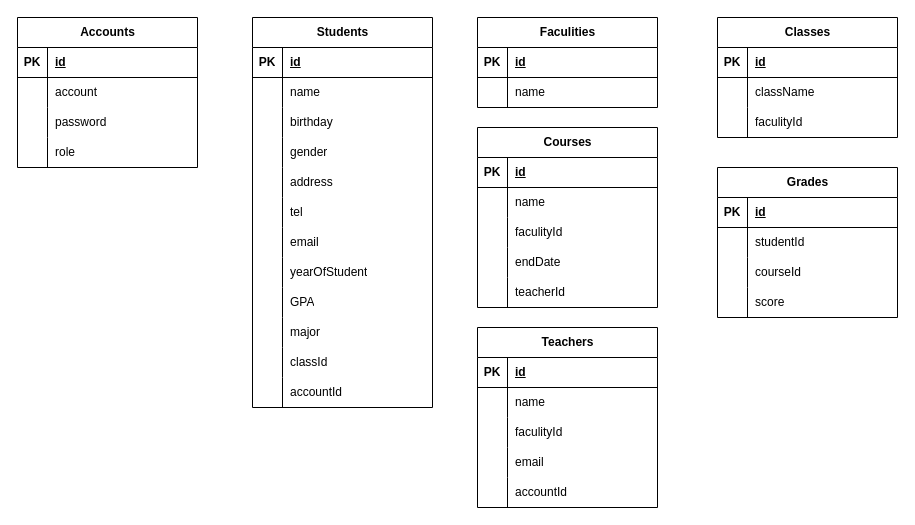
Earlier version of the draw.io diagram BaiTH4/database/DatabaseDiagram.drawio (9ian9/THLTM). Source tidied: cells renumbered, new cells numbered last; positions are measured from the earlier drawing's top-left corner, leaving out a move shared by most shapes. Both pictures are drawn from the tidied source at 100%, with x=0, y=0 at pixel (17, 17).
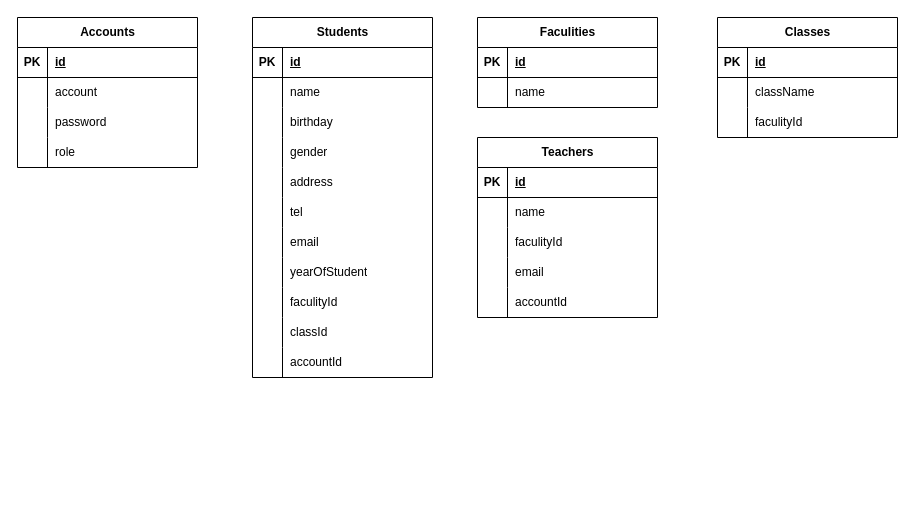
The same diagram, later.

Change to the diagram source:
```diff
@@
     <mxCell id="2" value="Students" style="shape=table;startSize=30;childLayout=tableLayout;rowLines=0;fontStyle=1;align=center;html=1;" parent="1" vertex="1">
-      <mxGeometry x="235" width="180" height="390" as="geometry" />
+      <mxGeometry x="235" width="180" height="360" as="geometry" />
     </mxCell>
@@
-    <mxCell id="27" style="shape=tableRow;horizontal=0;startSize=0;swimlaneHead=0;swimlaneBody=0;fillColor=none;top=0;left=0;right=0;bottom=0;" parent="2" vertex="1">
-      <mxGeometry y="270" width="180" height="30" as="geometry" />
-    </mxCell>
-    <mxCell id="28" style="shape=partialRectangle;fillColor=none;top=0;left=0;bottom=0;right=0;overflow=hidden;whiteSpace=wrap;html=1;" parent="27" vertex="1">
-      <mxGeometry width="30" height="30" as="geometry" />
-    </mxCell>
-    <mxCell id="29" value="GPA" style="shape=partialRectangle;fillColor=none;top=0;left=0;bottom=0;right=0;align=left;spacingLeft=6;overflow=hidden;whiteSpace=wrap;html=1;" parent="27" vertex="1">
-      <mxGeometry x="30" width="150" height="30" as="geometry" />
-    </mxCell>
     <mxCell id="30" style="shape=tableRow;horizontal=0;startSize=0;swimlaneHead=0;swimlaneBody=0;fillColor=none;top=0;left=0;right=0;bottom=0;" parent="2" vertex="1">
-      <mxGeometry y="300" width="180" height="30" as="geometry" />
+      <mxGeometry y="270" width="180" height="30" as="geometry" />
     </mxCell>
@@
-    <mxCell id="32" value="major" style="shape=partialRectangle;fillColor=none;top=0;left=0;bottom=0;right=0;align=left;spacingLeft=6;overflow=hidden;whiteSpace=wrap;html=1;" parent="30" vertex="1">
+    <mxCell id="32" value="faculityId" style="shape=partialRectangle;fillColor=none;top=0;left=0;bottom=0;right=0;align=left;spacingLeft=6;overflow=hidden;whiteSpace=wrap;html=1;" parent="30" vertex="1">
       <mxGeometry x="30" width="150" height="30" as="geometry" />
     </mxCell>
     <mxCell id="33" style="shape=tableRow;horizontal=0;startSize=0;swimlaneHead=0;swimlaneBody=0;fillColor=none;top=0;left=0;right=0;bottom=0;" parent="2" vertex="1">
-      <mxGeometry y="330" width="180" height="30" as="geometry" />
+      <mxGeometry y="300" width="180" height="30" as="geometry" />
     </mxCell>
@@
     <mxCell id="36" style="shape=tableRow;horizontal=0;startSize=0;swimlaneHead=0;swimlaneBody=0;fillColor=none;top=0;left=0;right=0;bottom=0;" parent="2" vertex="1">
-      <mxGeometry y="360" width="180" height="30" as="geometry" />
+      <mxGeometry y="330" width="180" height="30" as="geometry" />
     </mxCell>
@@
-    <mxCell id="56" value="Courses" style="shape=table;startSize=30;childLayout=tableLayout;rowLines=0;fontStyle=1;align=center;html=1;" parent="1" vertex="1">
-      <mxGeometry x="460" y="110" width="180" height="180" as="geometry" />
-    </mxCell>
-    <mxCell id="57" style="shape=tableRow;horizontal=0;startSize=0;swimlaneHead=0;swimlaneBody=0;fillColor=none;top=0;left=0;right=0;bottom=1;" parent="56" vertex="1">
-      <mxGeometry y="30" width="180" height="30" as="geometry" />
-    </mxCell>
-    <mxCell id="58" value="PK" style="shape=partialRectangle;fillColor=none;top=0;left=0;bottom=0;right=0;fontStyle=1;overflow=hidden;whiteSpace=wrap;html=1;" parent="57" vertex="1">
-      <mxGeometry width="30" height="30" as="geometry" />
-    </mxCell>
-    <mxCell id="59" value="id" style="shape=partialRectangle;fillColor=none;top=0;left=0;bottom=0;right=0;align=left;spacingLeft=6;fontStyle=5;overflow=hidden;whiteSpace=wrap;html=1;" parent="57" vertex="1">
-      <mxGeometry x="30" width="150" height="30" as="geometry" />
-    </mxCell>
-    <mxCell id="60" style="shape=tableRow;horizontal=0;startSize=0;swimlaneHead=0;swimlaneBody=0;fillColor=none;top=0;left=0;right=0;bottom=0;" parent="56" vertex="1">
-      <mxGeometry y="60" width="180" height="30" as="geometry" />
-    </mxCell>
-    <mxCell id="61" style="shape=partialRectangle;fillColor=none;top=0;left=0;bottom=0;right=0;overflow=hidden;whiteSpace=wrap;html=1;" parent="60" vertex="1">
-      <mxGeometry width="30" height="30" as="geometry" />
-    </mxCell>
-    <mxCell id="62" value="name" style="shape=partialRectangle;fillColor=none;top=0;left=0;bottom=0;right=0;align=left;spacingLeft=6;overflow=hidden;whiteSpace=wrap;html=1;" parent="60" vertex="1">
-      <mxGeometry x="30" width="150" height="30" as="geometry" />
-    </mxCell>
-    <mxCell id="63" style="shape=tableRow;horizontal=0;startSize=0;swimlaneHead=0;swimlaneBody=0;fillColor=none;top=0;left=0;right=0;bottom=0;" parent="56" vertex="1">
-      <mxGeometry y="90" width="180" height="30" as="geometry" />
-    </mxCell>
-    <mxCell id="64" style="shape=partialRectangle;fillColor=none;top=0;left=0;bottom=0;right=0;overflow=hidden;whiteSpace=wrap;html=1;" parent="63" vertex="1">
-      <mxGeometry width="30" height="30" as="geometry" />
-    </mxCell>
-    <mxCell id="65" value="faculityId" style="shape=partialRectangle;fillColor=none;top=0;left=0;bottom=0;right=0;align=left;spacingLeft=6;overflow=hidden;whiteSpace=wrap;html=1;" parent="63" vertex="1">
-      <mxGeometry x="30" width="150" height="30" as="geometry" />
-    </mxCell>
-    <mxCell id="66" style="shape=tableRow;horizontal=0;startSize=0;swimlaneHead=0;swimlaneBody=0;fillColor=none;top=0;left=0;right=0;bottom=0;" parent="56" vertex="1">
-      <mxGeometry y="120" width="180" height="30" as="geometry" />
-    </mxCell>
-    <mxCell id="67" style="shape=partialRectangle;fillColor=none;top=0;left=0;bottom=0;right=0;overflow=hidden;whiteSpace=wrap;html=1;" parent="66" vertex="1">
-      <mxGeometry width="30" height="30" as="geometry" />
-    </mxCell>
-    <mxCell id="68" value="endDate" style="shape=partialRectangle;fillColor=none;top=0;left=0;bottom=0;right=0;align=left;spacingLeft=6;overflow=hidden;whiteSpace=wrap;html=1;" parent="66" vertex="1">
-      <mxGeometry x="30" width="150" height="30" as="geometry" />
-    </mxCell>
-    <mxCell id="69" style="shape=tableRow;horizontal=0;startSize=0;swimlaneHead=0;swimlaneBody=0;fillColor=none;top=0;left=0;right=0;bottom=0;" parent="56" vertex="1">
-      <mxGeometry y="150" width="180" height="30" as="geometry" />
-    </mxCell>
-    <mxCell id="70" style="shape=partialRectangle;fillColor=none;top=0;left=0;bottom=0;right=0;overflow=hidden;whiteSpace=wrap;html=1;" parent="69" vertex="1">
-      <mxGeometry width="30" height="30" as="geometry" />
-    </mxCell>
-    <mxCell id="71" value="teacherId" style="shape=partialRectangle;fillColor=none;top=0;left=0;bottom=0;right=0;align=left;spacingLeft=6;overflow=hidden;whiteSpace=wrap;html=1;" parent="69" vertex="1">
-      <mxGeometry x="30" width="150" height="30" as="geometry" />
-    </mxCell>
-    <mxCell id="72" value="Grades" style="shape=table;startSize=30;childLayout=tableLayout;rowLines=0;fontStyle=1;align=center;html=1;" parent="1" vertex="1">
-      <mxGeometry x="700" y="150" width="180" height="150" as="geometry" />
-    </mxCell>
-    <mxCell id="73" style="shape=tableRow;horizontal=0;startSize=0;swimlaneHead=0;swimlaneBody=0;fillColor=none;top=0;left=0;right=0;bottom=1;" parent="72" vertex="1">
-      <mxGeometry y="30" width="180" height="30" as="geometry" />
-    </mxCell>
-    <mxCell id="74" value="PK" style="shape=partialRectangle;fillColor=none;top=0;left=0;bottom=0;right=0;fontStyle=1;overflow=hidden;whiteSpace=wrap;html=1;" parent="73" vertex="1">
-      <mxGeometry width="30" height="30" as="geometry" />
-    </mxCell>
-    <mxCell id="75" value="id" style="shape=partialRectangle;fillColor=none;top=0;left=0;bottom=0;right=0;align=left;spacingLeft=6;fontStyle=5;overflow=hidden;whiteSpace=wrap;html=1;" parent="73" vertex="1">
-      <mxGeometry x="30" width="150" height="30" as="geometry" />
-    </mxCell>
-    <mxCell id="76" style="shape=tableRow;horizontal=0;startSize=0;swimlaneHead=0;swimlaneBody=0;fillColor=none;top=0;left=0;right=0;bottom=0;" parent="72" vertex="1">
-      <mxGeometry y="60" width="180" height="30" as="geometry" />
-    </mxCell>
-    <mxCell id="77" style="shape=partialRectangle;fillColor=none;top=0;left=0;bottom=0;right=0;overflow=hidden;whiteSpace=wrap;html=1;" parent="76" vertex="1">
-      <mxGeometry width="30" height="30" as="geometry" />
-    </mxCell>
-    <mxCell id="78" value="studentId" style="shape=partialRectangle;fillColor=none;top=0;left=0;bottom=0;right=0;align=left;spacingLeft=6;overflow=hidden;whiteSpace=wrap;html=1;" parent="76" vertex="1">
-      <mxGeometry x="30" width="150" height="30" as="geometry" />
-    </mxCell>
-    <mxCell id="79" style="shape=tableRow;horizontal=0;startSize=0;swimlaneHead=0;swimlaneBody=0;fillColor=none;top=0;left=0;right=0;bottom=0;" parent="72" vertex="1">
-      <mxGeometry y="90" width="180" height="30" as="geometry" />
-    </mxCell>
-    <mxCell id="80" style="shape=partialRectangle;fillColor=none;top=0;left=0;bottom=0;right=0;overflow=hidden;whiteSpace=wrap;html=1;" parent="79" vertex="1">
-      <mxGeometry width="30" height="30" as="geometry" />
-    </mxCell>
-    <mxCell id="81" value="courseId" style="shape=partialRectangle;fillColor=none;top=0;left=0;bottom=0;right=0;align=left;spacingLeft=6;overflow=hidden;whiteSpace=wrap;html=1;" parent="79" vertex="1">
-      <mxGeometry x="30" width="150" height="30" as="geometry" />
-    </mxCell>
-    <mxCell id="82" style="shape=tableRow;horizontal=0;startSize=0;swimlaneHead=0;swimlaneBody=0;fillColor=none;top=0;left=0;right=0;bottom=0;" parent="72" vertex="1">
-      <mxGeometry y="120" width="180" height="30" as="geometry" />
-    </mxCell>
-    <mxCell id="83" style="shape=partialRectangle;fillColor=none;top=0;left=0;bottom=0;right=0;overflow=hidden;whiteSpace=wrap;html=1;" parent="82" vertex="1">
-      <mxGeometry width="30" height="30" as="geometry" />
-    </mxCell>
-    <mxCell id="84" value="score" style="shape=partialRectangle;fillColor=none;top=0;left=0;bottom=0;right=0;align=left;spacingLeft=6;overflow=hidden;whiteSpace=wrap;html=1;" parent="82" vertex="1">
-      <mxGeometry x="30" width="150" height="30" as="geometry" />
-    </mxCell>
     <mxCell id="85" value="Teachers" style="shape=table;startSize=30;childLayout=tableLayout;rowLines=0;fontStyle=1;align=center;html=1;" parent="1" vertex="1">
-      <mxGeometry x="460" y="310" width="180" height="180" as="geometry" />
+      <mxGeometry x="460" y="120" width="180" height="180" as="geometry" />
     </mxCell>
```
